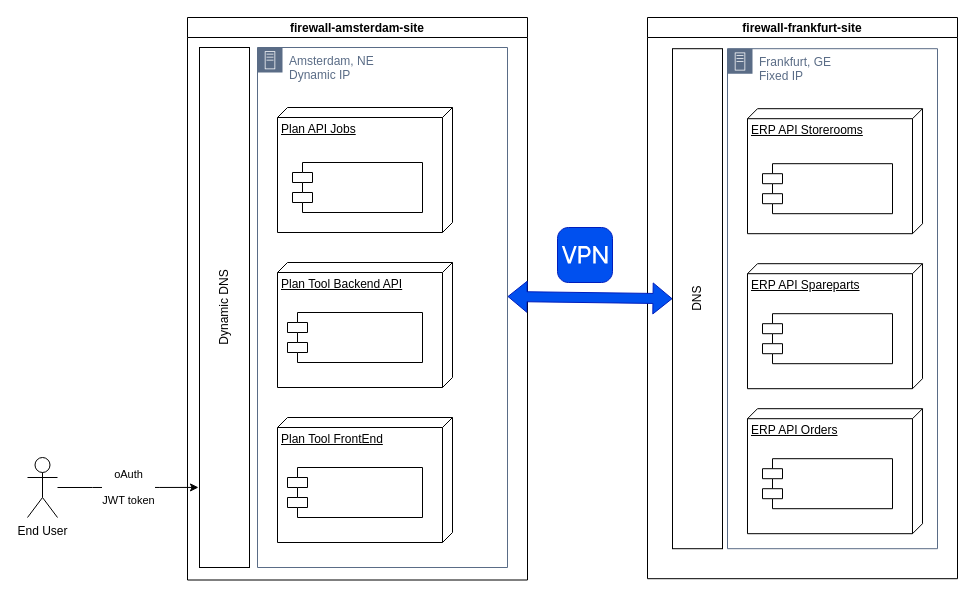
Above: page "Page-4" (4 of 5) of Bentley.drawio in giuberti/diagrams (draw.io), before the change. Source tidied: cells renumbered, new cells numbered last; positions are measured from the earlier drawing's top-left corner, leaving out a move shared by most shapes. Both pictures are drawn from the tidied source at 100%, with x=0, y=0 at pixel (-36, 17).
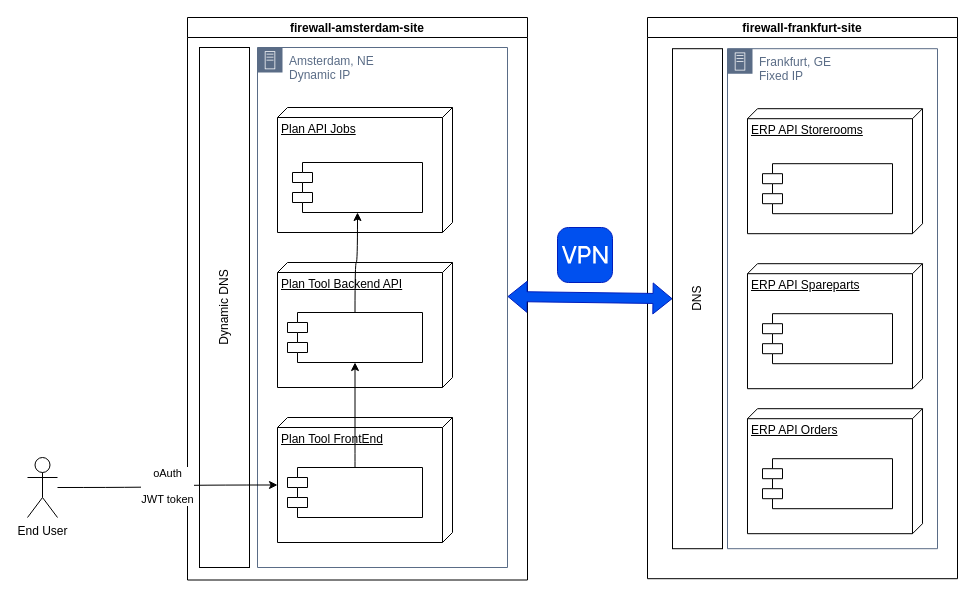
The same diagram, later.

The change refers to these unchanged cells:
```xml
<mxCell id="11" style="shape=module;align=left;spacingLeft=20;align=center;verticalAlign=top;" parent="1" vertex="1">
  <mxGeometry x="323" y="295" width="135" height="50" as="geometry" />
</mxCell>
<mxCell id="12" style="shape=module;align=left;spacingLeft=20;align=center;verticalAlign=top;" parent="1" vertex="1">
  <mxGeometry x="328" y="145" width="130" height="50" as="geometry" />
</mxCell>
<mxCell id="14" value="Plan Tool FrontEnd" style="verticalAlign=top;align=left;spacingTop=8;spacingLeft=2;spacingRight=12;shape=cube;size=10;direction=south;fontStyle=4;html=1;" parent="13" vertex="1">
  <mxGeometry x="20" y="370" width="175" height="125" as="geometry" />
</mxCell>
<mxCell id="15" style="shape=module;align=left;spacingLeft=20;align=center;verticalAlign=top;" parent="13" vertex="1">
  <mxGeometry x="30" y="420" width="135" height="50" as="geometry" />
</mxCell>
<mxCell id="16" value="End User" style="shape=umlActor;verticalLabelPosition=bottom;verticalAlign=top;html=1;outlineConnect=0;" parent="1" vertex="1">
  <mxGeometry x="63" y="440" width="30" height="60" as="geometry" />
</mxCell>
<mxCell id="17" value="Dynamic DNS" style="html=1;dashed=0;whiteSpace=wrap;rotation=-90;" parent="1" vertex="1">
  <mxGeometry y="265" width="520" height="50" as="geometry" />
</mxCell>
```

What changed in the source:
```diff
@@
+    <mxCell id="24" style="edgeStyle=orthogonalEdgeStyle;curved=1;rounded=0;jettySize=auto;html=1;" parent="1" edge="1" source="11" target="12">
+      <mxGeometry relative="1" as="geometry" />
+    </mxCell>
@@
-    <mxCell id="23" value="&lt;div&gt;oAuth&lt;/div&gt;&lt;div&gt;&lt;br&gt;&lt;/div&gt;&lt;div&gt;JWT token&lt;br&gt;&lt;/div&gt;" style="edgeStyle=orthogonalEdgeStyle;curved=1;rounded=0;jettySize=auto;html=1;entryX=0.154;entryY=-0.02;entryDx=0;entryDy=0;entryPerimeter=0;" parent="1" edge="1" source="16" target="17">
+    <mxCell id="23" value="&lt;div&gt;oAuth&lt;/div&gt;&lt;div&gt;&lt;br&gt;&lt;/div&gt;&lt;div&gt;JWT token&lt;br&gt;&lt;/div&gt;" style="edgeStyle=orthogonalEdgeStyle;curved=1;rounded=0;jettySize=auto;html=1;entryX=0;entryY=0;entryDx=67.5;entryDy=175;entryPerimeter=0;" parent="1" edge="1" source="16" target="14">
       <mxGeometry relative="1" as="geometry" />
     </mxCell>
+    <mxCell id="25" style="edgeStyle=orthogonalEdgeStyle;curved=1;rounded=0;jettySize=auto;html=1;entryX=0.5;entryY=1;entryDx=0;entryDy=0;" parent="1" edge="1" source="15" target="11">
+      <mxGeometry relative="1" as="geometry" />
+    </mxCell>
```
